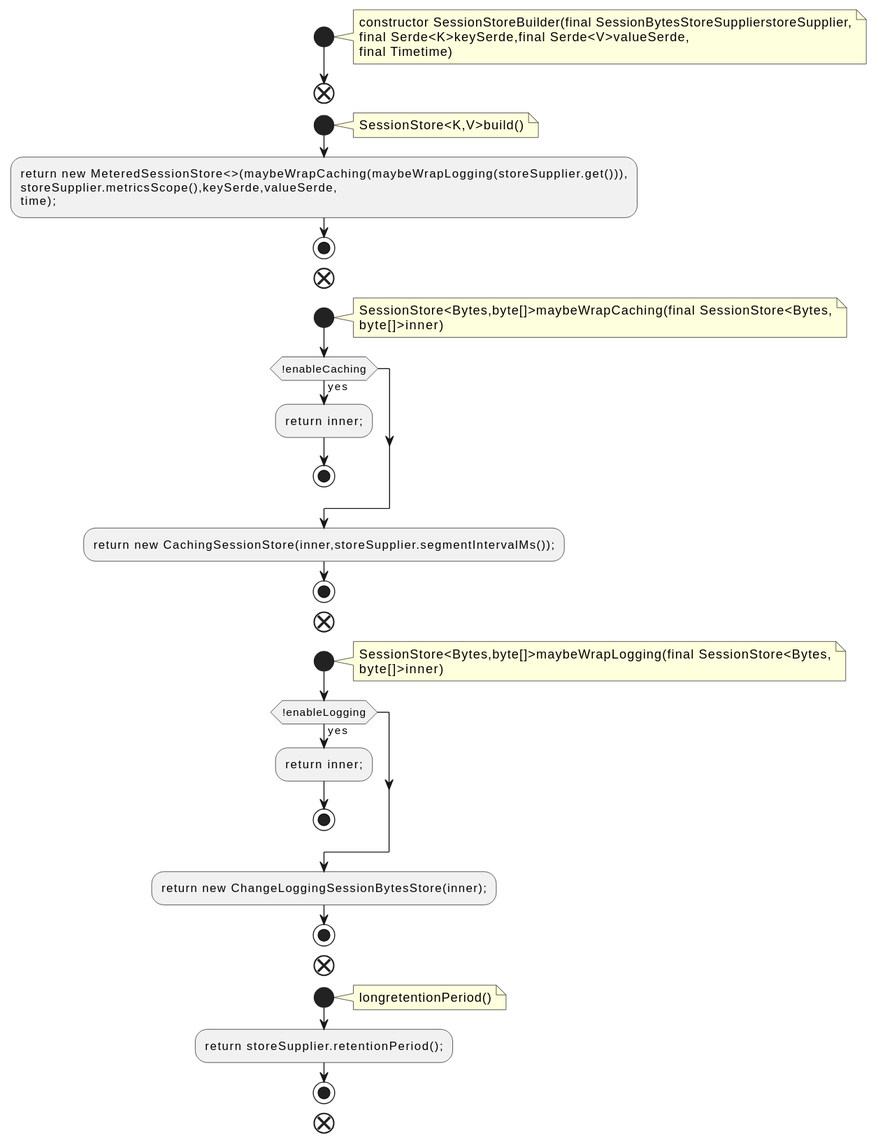
The PlantUML diagram docs/qc/streams/src/main/java/org/apache/kafka/streams/state/internals/SessionStoreBuilder.java.fct.svg in qualitesys/kafka, before a commit.
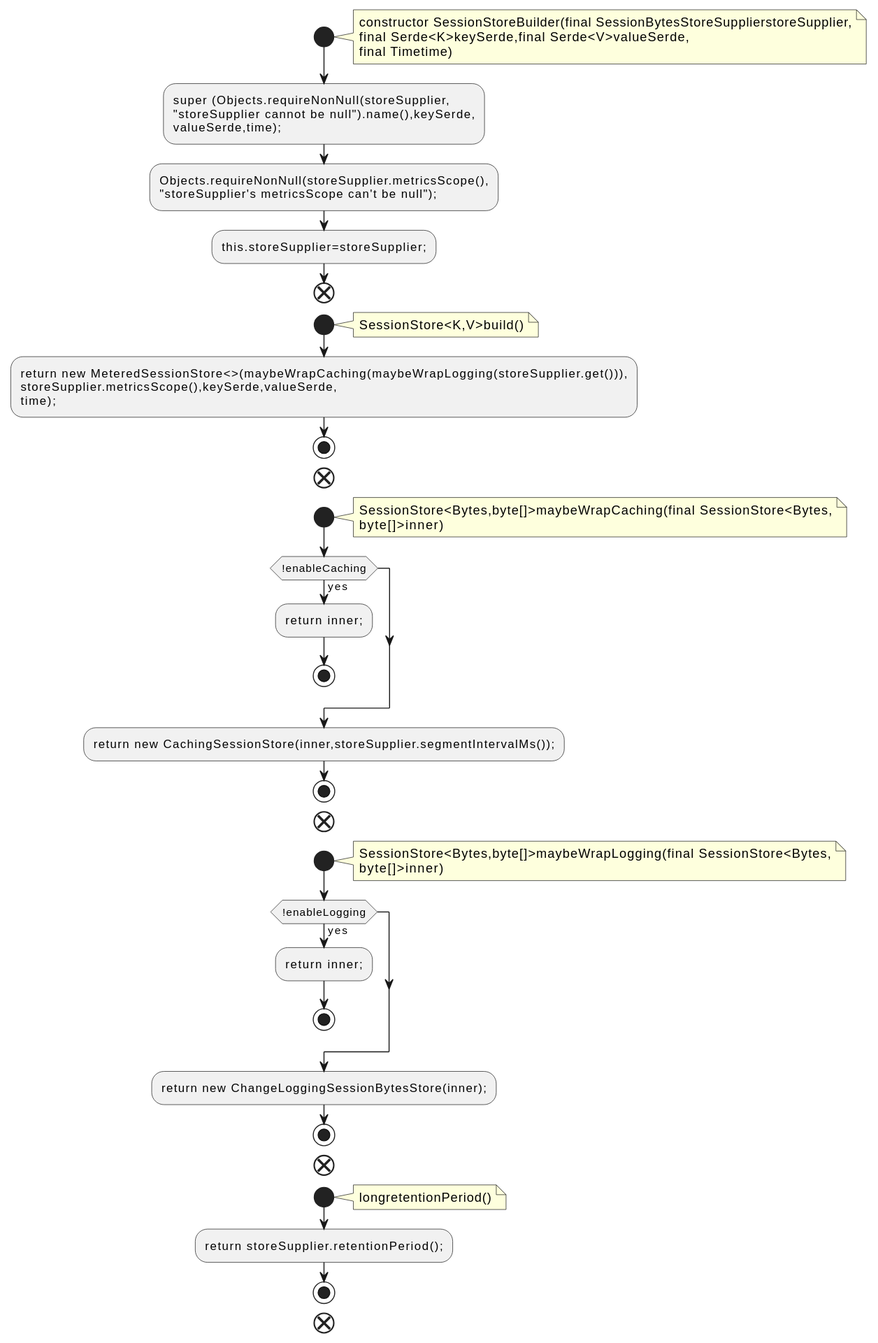
After the change.

The edit, as a diff of the source:
```diff
@@ -6,6 +6,12 @@
 final Serde<K>keySerde,final Serde<V>valueSerde,
 final Timetime)
 end note
+:super (Objects.requireNonNull(storeSupplier,
+"storeSupplier cannot be null").name(),keySerde,
+valueSerde,time);;
+:Objects.requireNonNull(storeSupplier.metricsScope(),
+"storeSupplier's metricsScope can't be null");;
+:this.storeSupplier=storeSupplier;;
 end
 start
 note right
```
